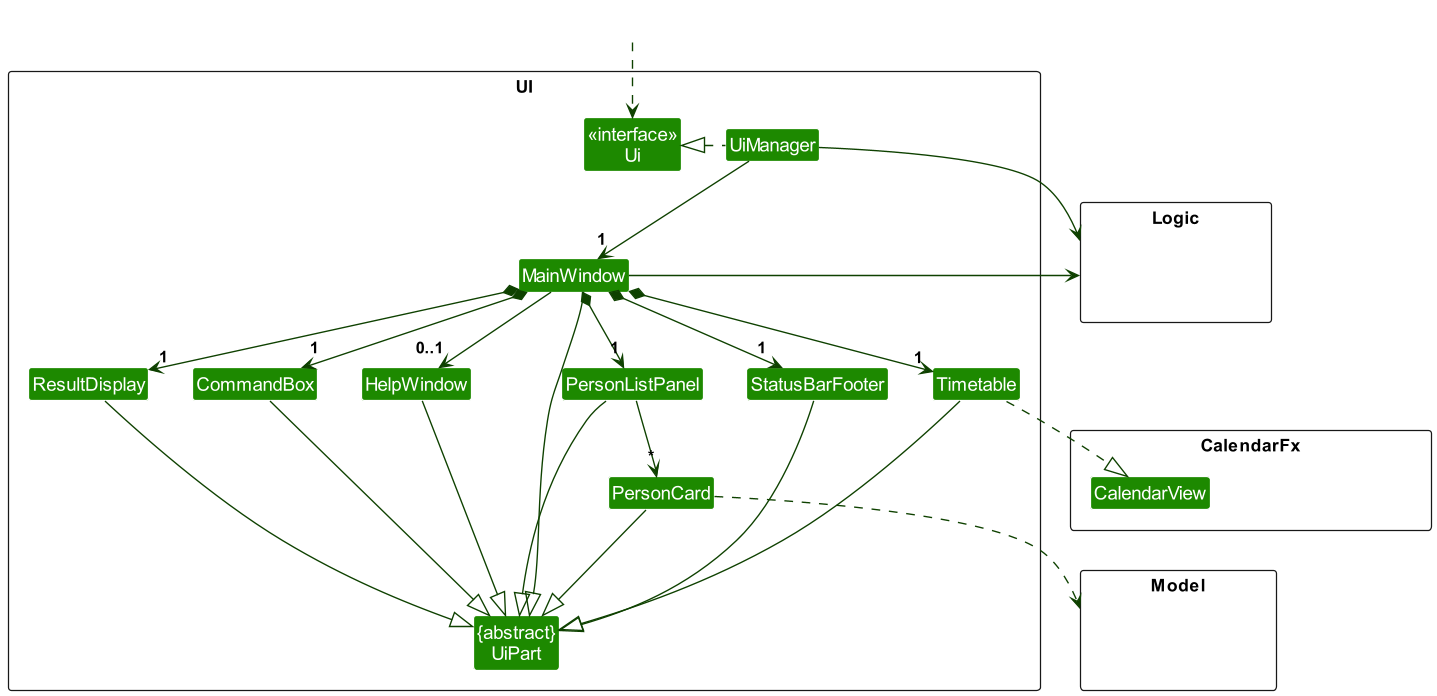
This is docs/images/UiClassDiagram.png from SeaHogs/tp, a PlantUML export, as it was before one commit. Its source is kept beside it as docs/diagrams/UiClassDiagram.puml.
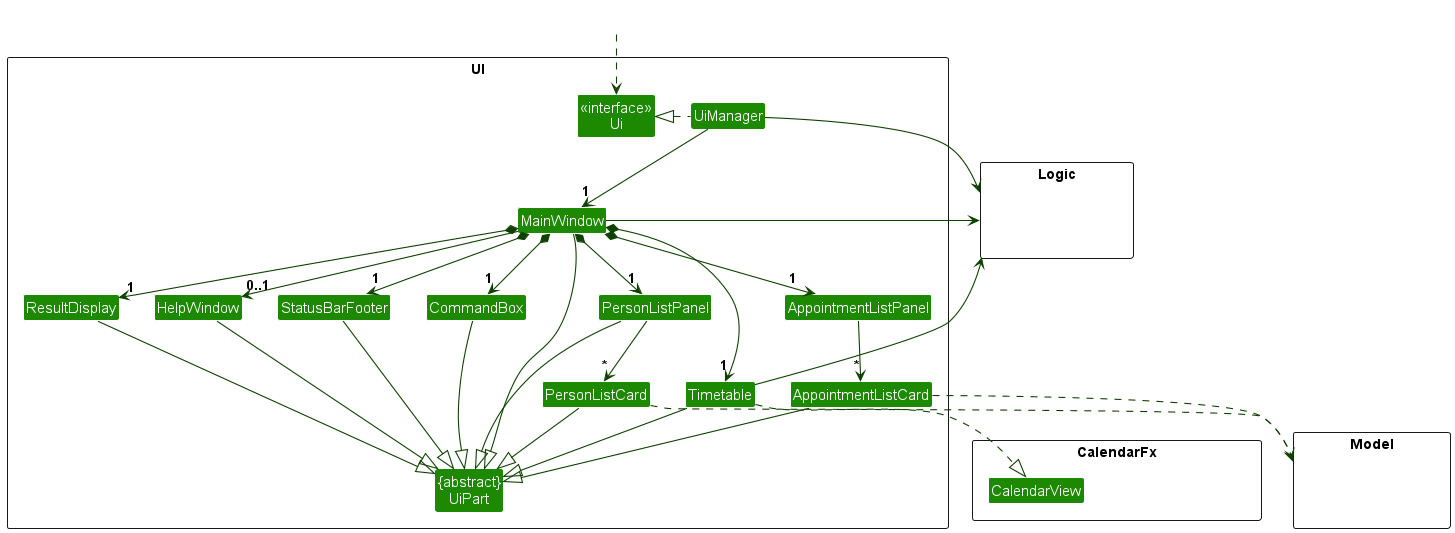
Later version of the same file.

The edit, as a diff of the source:
```diff
@@ -12,7 +12,9 @@
 Class HelpWindow
 Class ResultDisplay
 Class PersonListPanel
-Class PersonCard
+Class AppointmentListPanel
+Class PersonListCard
+Class AppointmentListCard
 Class StatusBarFooter
 Class CommandBox
 Class Timetable
@@ -39,32 +41,38 @@
 MainWindow *-down->  "1" CommandBox
 MainWindow *-down-> "1" ResultDisplay
 MainWindow *-down-> "1" PersonListPanel
+MainWindow *-down-> "1" AppointmentListPanel
 MainWindow *-down-> "1" StatusBarFooter
 MainWindow *-down-> "1" Timetable
 MainWindow --> "0..1" HelpWindow
 
-PersonListPanel -down-> "*" PersonCard
+PersonListPanel -down-> "*" PersonListCard
+AppointmentListPanel -down-> "*" AppointmentListCard
 
 MainWindow -left-|> UiPart
 
 ResultDisplay --|> UiPart
 CommandBox --|> UiPart
 PersonListPanel --|> UiPart
-PersonCard --|> UiPart
+PersonListCard --|> UiPart
+AppointmentListCard --|> UiPart
 StatusBarFooter --|> UiPart
+HelpWindow --|> UiPart
 Timetable --|> UiPart
-HelpWindow --|> UiPart
 
-PersonCard ..> Model
+PersonListCard ..> Model
+AppointmentListCard ..> Model
 Timetable ..|> CalendarView
 UiManager -right-> Logic
 MainWindow -left-> Logic
+Timetable -right-> Logic
 
 PersonListPanel -[hidden]left- HelpWindow
+AppointmentListPanel -[hidden]left- HelpWindow
 HelpWindow -[hidden]left- CommandBox
 CommandBox -[hidden]left- ResultDisplay
 ResultDisplay -[hidden]left- StatusBarFooter
-StatusBarFooter -[hidden]left- Timetable
+StatusBarFooter -[hidden]left- HelpWindow
 
 MainWindow -[hidden]-|> UiPart
 @enduml
```
